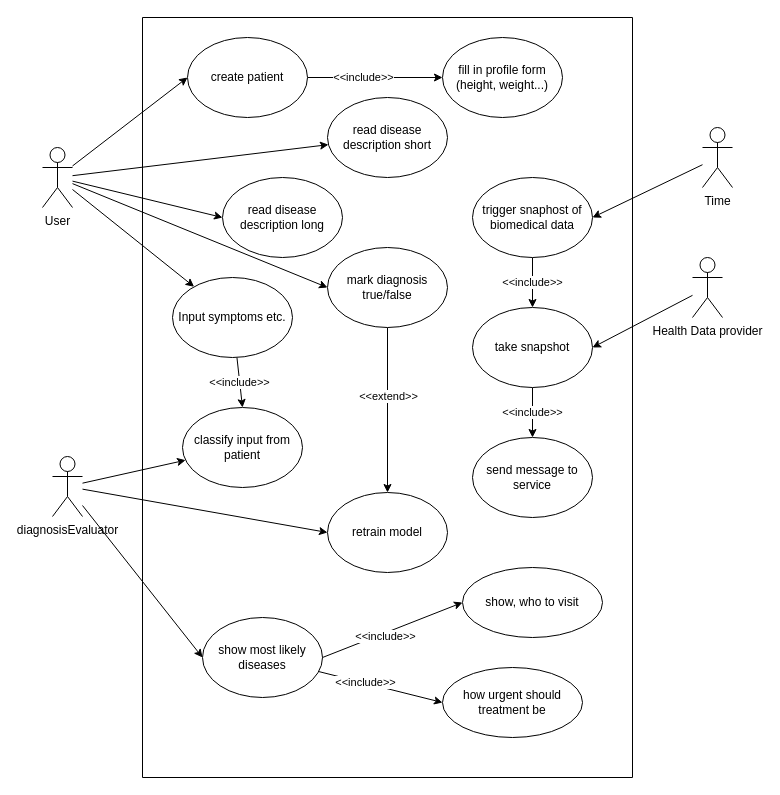
Earlier version of the draw.io diagram diagrams/UseCaseDiagram.drawio (hollepat/VirtualDoctor_). Source tidied: cells renumbered, new cells numbered last; positions are measured from the earlier drawing's top-left corner, leaving out a move shared by most shapes. Both pictures are drawn from the tidied source at 100%, with x=0, y=0 at pixel (42, 17).
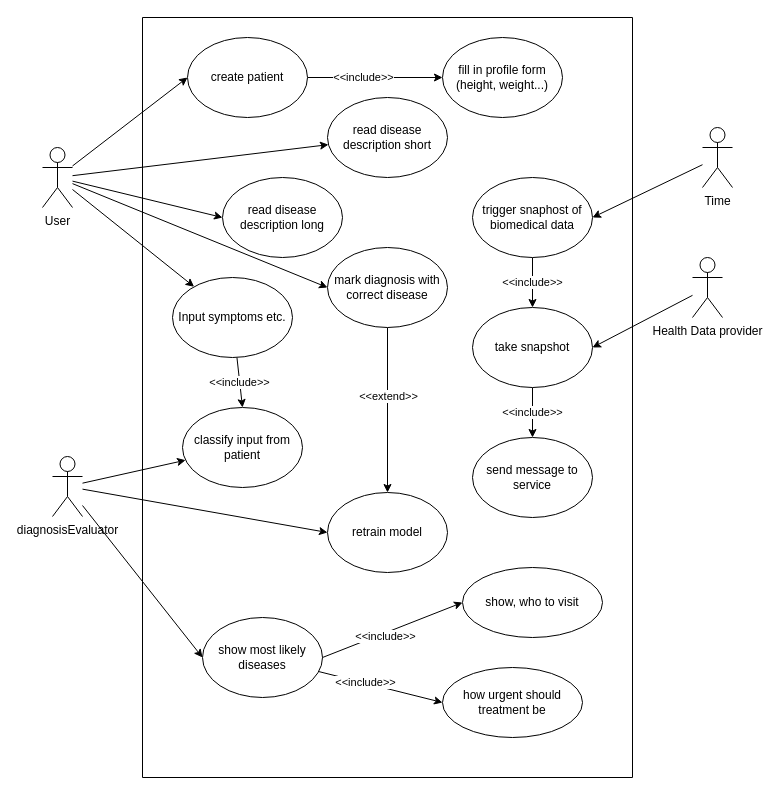
The same diagram, later.

The change refers to these unchanged cells:
```xml
<mxCell id="12" style="swimlane;startSize=0;" parent="1" vertex="1">
  <mxGeometry x="100" width="490" height="760" as="geometry" />
</mxCell>
```

Change to the diagram source:
```diff
@@
-    <mxCell id="36" value="mark diagnosis true/false" style="ellipse;whiteSpace=wrap;html=1;" parent="12" vertex="1">
+    <mxCell id="36" value="mark diagnosis with correct disease" style="ellipse;whiteSpace=wrap;html=1;" parent="12" vertex="1">
       <mxGeometry x="185" y="230" width="120" height="80" as="geometry" />
     </mxCell>
```
